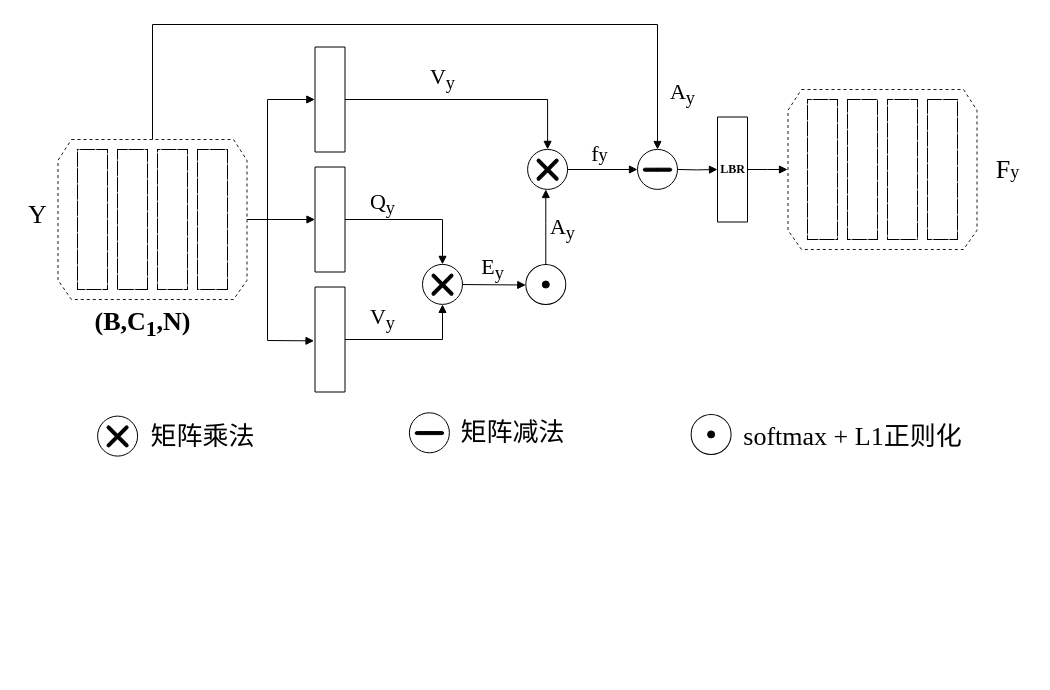
hyxy1906sbr/intelagr keeps this draw.io diagram as 未命名绘图.drawio. Above is the earlier version. Source tidied: cells renumbered, new cells numbered last; positions are measured from the earlier drawing's top-left corner, leaving out a move shared by most shapes. Both pictures are drawn from the tidied source at 100%, with x=0, y=0 at pixel (17, 24).
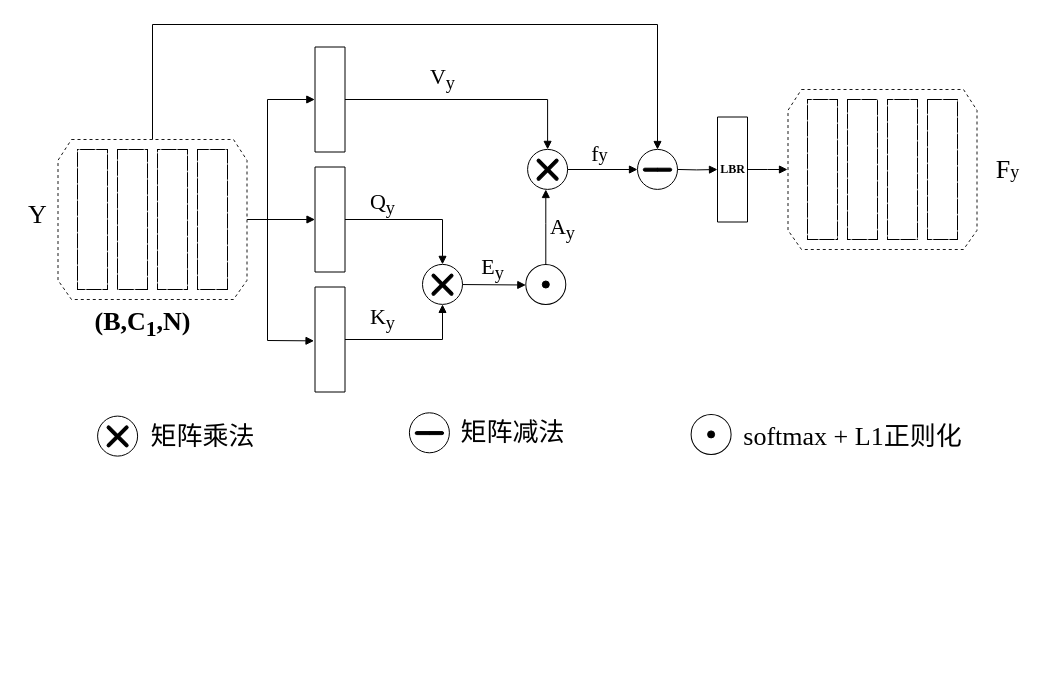
After the change.

Commit message:
更新未命名绘图.drawio

The change refers to these unchanged cells:
```xml
<mxCell id="2" style="group;" parent="1" vertex="1">
  <mxGeometry width="1015" height="648.4" as="geometry" />
</mxCell>
```

The edit, as a diff of the source:
```diff
@@
-    <mxCell id="37" value="&lt;font style=&quot;font-size: 22px;&quot;&gt;V&lt;sub&gt;y&lt;/sub&gt;&lt;/font&gt;" style="text;html=1;align=center;verticalAlign=middle;strokeColor=none;fillColor=none;fontFamily=Times New Roman;" parent="2" vertex="1">
+    <mxCell id="37" value="&lt;font style=&quot;&quot;&gt;&lt;span style=&quot;font-size: 22px;&quot;&gt;K&lt;sub&gt;y&lt;/sub&gt;&lt;/span&gt;&lt;/font&gt;" style="text;html=1;align=center;verticalAlign=middle;strokeColor=none;fillColor=none;fontFamily=Times New Roman;" parent="2" vertex="1">
       <mxGeometry x="340" y="275" width="50" height="40" as="geometry" />
     </mxCell>
@@
-    <mxCell id="64" value="A&lt;sub&gt;y&lt;/sub&gt;" style="text;html=1;align=center;verticalAlign=middle;strokeColor=none;fillColor=none;fontSize=22;fontFamily=Times New Roman;" parent="2" vertex="1">
-      <mxGeometry x="640" y="50" width="50" height="40" as="geometry" />
-    </mxCell>
```
